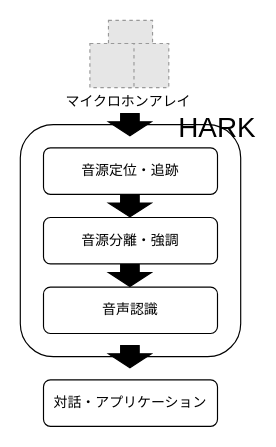
Above: Untitled Diagram.drawio in yoshiki495/MiyajiLab (draw.io), before the change. Source tidied: cells renumbered, new cells numbered last; positions are measured from the earlier drawing's top-left corner, leaving out a move shared by most shapes. Both pictures are drawn from the tidied source at 116%, with x=0, y=0 at pixel (20, 20). Pictures stored in the file or linked from it are replaced by grey dashed boxes.
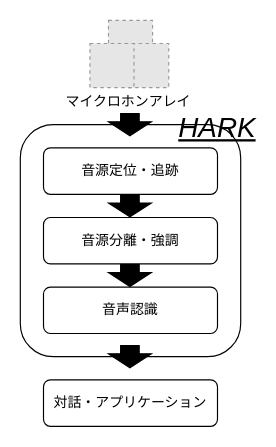
The same diagram, later.

Change to the diagram source:
```diff
@@
 <mxGraphModel>
   <root>
     <mxCell id="0" />
     <mxCell id="1" parent="0" />
     <mxCell id="2" style="rounded=1;whiteSpace=wrap;html=1;" parent="1" vertex="1">
       <mxGeometry y="90" width="190" height="200" as="geometry" />
     </mxCell>
     <mxCell id="3" value="音源定位・追跡" style="rounded=1;whiteSpace=wrap;html=1;" parent="1" vertex="1">
       <mxGeometry x="20" y="110" width="150" height="40" as="geometry" />
     </mxCell>
     <mxCell id="4" value="音源分離・強調" style="rounded=1;whiteSpace=wrap;html=1;" parent="1" vertex="1">
       <mxGeometry x="20" y="170" width="150" height="40" as="geometry" />
     </mxCell>
     <mxCell id="5" value="音声認識" style="rounded=1;whiteSpace=wrap;html=1;" parent="1" vertex="1">
       <mxGeometry x="20" y="230" width="150" height="40" as="geometry" />
     </mxCell>
-    <mxCell id="6" value="&lt;font style=&quot;font-size: 24px;&quot;&gt;HARK&lt;/font&gt;" style="text;html=1;strokeColor=none;fillColor=none;align=center;verticalAlign=middle;whiteSpace=wrap;rounded=0;" parent="1" vertex="1">
+    <mxCell id="6" value="&lt;font style=&quot;font-size: 24px;&quot;&gt;&lt;i&gt;&lt;u&gt;HARK&lt;/u&gt;&lt;/i&gt;&lt;/font&gt;" style="text;html=1;strokeColor=none;fillColor=none;align=center;verticalAlign=middle;whiteSpace=wrap;rounded=0;" parent="1" vertex="1">
       <mxGeometry x="140" y="78" width="60" height="30" as="geometry" />
     </mxCell>
     <mxCell id="7" style="fillColor=#E6E6E6;strokeColor=#999999;dashed=1;html=1;verticalAlign=top;verticalLabelPosition=bottom;labelBackgroundColor=#ffffff;fontSize=18;" parent="1" vertex="1">
       <mxGeometry x="76" width="38" height="38" as="geometry" />
     </mxCell>
     <mxCell id="8" style="fillColor=#E6E6E6;strokeColor=#999999;dashed=1;html=1;verticalAlign=top;verticalLabelPosition=bottom;labelBackgroundColor=#ffffff;fontSize=18;" parent="1" vertex="1">
       <mxGeometry x="90" y="20" width="38" height="38" as="geometry" />
     </mxCell>
     <mxCell id="9" style="fillColor=#E6E6E6;strokeColor=#999999;dashed=1;html=1;verticalAlign=top;verticalLabelPosition=bottom;labelBackgroundColor=#ffffff;fontSize=18;" parent="1" vertex="1">
       <mxGeometry x="60" y="20" width="38" height="38" as="geometry" />
     </mxCell>
     <mxCell id="10" value="&lt;font style=&quot;font-size: 12px;&quot;&gt;マイクロホンアレイ&amp;nbsp;&lt;/font&gt;" style="text;html=1;strokeColor=none;fillColor=none;align=center;verticalAlign=middle;whiteSpace=wrap;rounded=0;fontSize=18;" parent="1" vertex="1">
       <mxGeometry x="35" y="58" width="120" height="20" as="geometry" />
     </mxCell>
     <mxCell id="11" style="shape=flexArrow;endArrow=classic;html=1;rounded=0;fontSize=12;endWidth=20;endSize=3.67;width=16;fillColor=#000000;" parent="1" edge="1">
       <mxGeometry relative="1" as="geometry">
         <mxPoint x="94.5" y="150" as="sourcePoint" />
         <mxPoint x="94.5" y="170" as="targetPoint" />
       </mxGeometry>
     </mxCell>
     <mxCell id="12" style="shape=flexArrow;endArrow=classic;html=1;rounded=0;fontSize=12;endWidth=20;endSize=3.67;width=16;fillColor=#000000;" parent="1" edge="1">
       <mxGeometry relative="1" as="geometry">
         <mxPoint x="94.5" y="280" as="sourcePoint" />
         <mxPoint x="94.5" y="300" as="targetPoint" />
       </mxGeometry>
     </mxCell>
     <mxCell id="13" style="shape=flexArrow;endArrow=classic;html=1;rounded=0;fontSize=12;endWidth=20;endSize=3.67;width=16;fillColor=#000000;" parent="1" edge="1">
       <mxGeometry relative="1" as="geometry">
         <mxPoint x="94.5" y="210" as="sourcePoint" />
         <mxPoint x="94.5" y="230" as="targetPoint" />
       </mxGeometry>
     </mxCell>
     <mxCell id="14" style="shape=flexArrow;endArrow=classic;html=1;rounded=0;fontSize=12;endWidth=20;endSize=3.67;width=16;fillColor=#000000;" parent="1" edge="1">
       <mxGeometry relative="1" as="geometry">
         <mxPoint x="94.5" y="80" as="sourcePoint" />
         <mxPoint x="94.5" y="100" as="targetPoint" />
       </mxGeometry>
     </mxCell>
     <mxCell id="15" value="対話・アプリケーション" style="rounded=1;whiteSpace=wrap;html=1;" parent="1" vertex="1">
       <mxGeometry x="20" y="310" width="150" height="40" as="geometry" />
     </mxCell>
   </root>
 </mxGraphModel>
```
